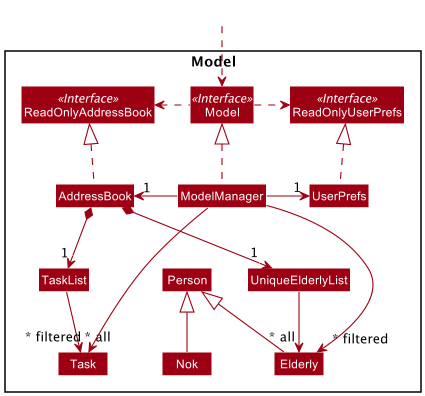
The PlantUML diagram docs/images/ModelClassDiagram.png in tsy24/tp, before a commit. Its source is kept beside it as docs/diagrams/ModelClassDiagram.puml. Its diagram source:
```plantuml
@startuml
!include style.puml
skinparam arrowThickness 1.1
skinparam arrowColor MODEL_COLOR
skinparam classBackgroundColor MODEL_COLOR

Package Model <<Rectangle>>{
Interface ReadOnlyAddressBook <<Interface>>
Interface ReadOnlyUserPrefs <<Interface>>
Interface Model <<Interface>>
Class AddressBook
Class ReadOnlyAddressBook
Class Model
Class ModelManager
Class UserPrefs
Class ReadOnlyUserPrefs

Class UniqueElderlyList
Class Person
Class Elderly
Class Nok

Class TaskList
Class Task
}

Class HiddenOutside #FFFFFF
HiddenOutside ..> Model

AddressBook .up.|> ReadOnlyAddressBook

ModelManager .up.|> Model
Model .right.> ReadOnlyUserPrefs
Model .left.> ReadOnlyAddressBook
ModelManager -left-> "1" AddressBook
ModelManager -right-> "1" UserPrefs
UserPrefs .up.|> ReadOnlyUserPrefs

AddressBook *--> "1" UniqueElderlyList
UniqueElderlyList --> "~* all" Elderly
Elderly -up-|> Person
Nok -up-|> Person

AddressBook *-> "1" TaskList
TaskList -> "~* all" Task


ModelManager -->"~* filtered" Elderly
ModelManager --->"~* filtered" Task
@enduml
```
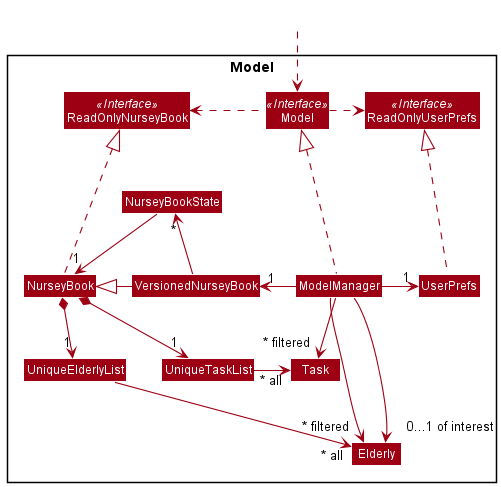
The same file after the commit.

Diff of the diagram source:
```diff
@@ -5,46 +5,48 @@
 skinparam classBackgroundColor MODEL_COLOR
 
 Package Model <<Rectangle>>{
-Interface ReadOnlyAddressBook <<Interface>>
+Interface ReadOnlyNurseyBook <<Interface>>
 Interface ReadOnlyUserPrefs <<Interface>>
 Interface Model <<Interface>>
-Class AddressBook
-Class ReadOnlyAddressBook
+Class NurseyBook
+Class VersionedNurseyBook
+Class NurseyBookState
+Class ReadOnlyNurseyBook
 Class Model
 Class ModelManager
 Class UserPrefs
 Class ReadOnlyUserPrefs
 
 Class UniqueElderlyList
-Class Person
 Class Elderly
-Class Nok
 
-Class TaskList
+Class UniqueTaskList
 Class Task
 }
 
 Class HiddenOutside #FFFFFF
 HiddenOutside ..> Model
 
-AddressBook .up.|> ReadOnlyAddressBook
+NurseyBook .up..|> ReadOnlyNurseyBook
 
-ModelManager .up.|> Model
-Model .right.> ReadOnlyUserPrefs
-Model .left.> ReadOnlyAddressBook
-ModelManager -left-> "1" AddressBook
+ModelManager .up..|> Model
+Model .right..> ReadOnlyUserPrefs
+Model .left..> ReadOnlyNurseyBook
+ModelManager -left-> "1" VersionedNurseyBook
 ModelManager -right-> "1" UserPrefs
-UserPrefs .up.|> ReadOnlyUserPrefs
+UserPrefs .up..|> ReadOnlyUserPrefs
+VersionedNurseyBook -left|> NurseyBook
+VersionedNurseyBook -up> "*" NurseyBookState
+NurseyBookState -down-> "1" NurseyBook
 
-AddressBook *--> "1" UniqueElderlyList
+NurseyBook *--> "1" UniqueElderlyList
 UniqueElderlyList --> "~* all" Elderly
-Elderly -up-|> Person
-Nok -up-|> Person
 
-AddressBook *-> "1" TaskList
-TaskList -> "~* all" Task
+NurseyBook *-> "1" UniqueTaskList
+UniqueTaskList -> "~* all" Task
 
 
 ModelManager -->"~* filtered" Elderly
-ModelManager --->"~* filtered" Task
+ModelManager -->"~* filtered" Task
+ModelManager --> "0...1 of interest" Elderly
 @enduml
```
